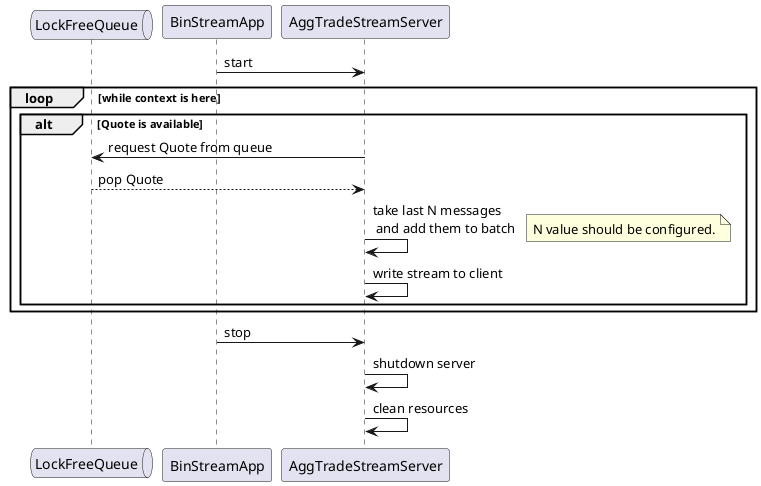
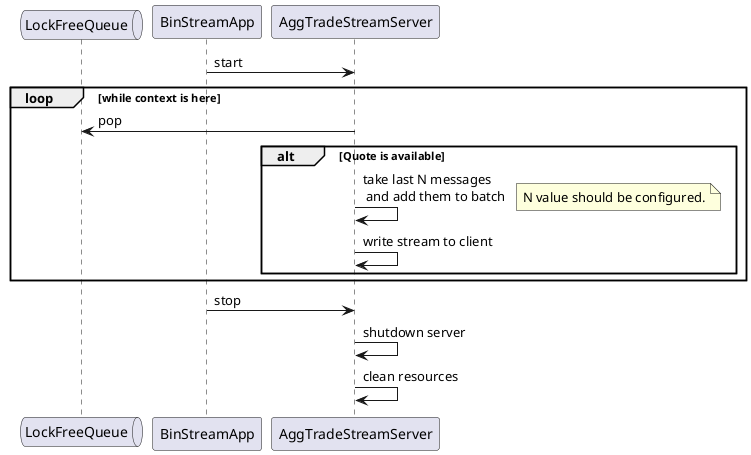
@startuml
queue LockFreeQueue

BinStreamApp -> AggTradeStreamServer: start
loop while context is here
+     AggTradeStreamServer -> LockFreeQueue: pop
    alt Quote is available
-         AggTradeStreamServer -> LockFreeQueue: request Quote from queue
-         AggTradeStreamServer <-- LockFreeQueue: pop Quote
        AggTradeStreamServer -> AggTradeStreamServer: take last N messages\n and add them to batch
        note right: N value should be configured.
        AggTradeStreamServer -> AggTradeStreamServer: write stream to client
    end
end

BinStreamApp -> AggTradeStreamServer: stop
AggTradeStreamServer -> AggTradeStreamServer: shutdown server
AggTradeStreamServer -> AggTradeStreamServer: clean resources

@enduml